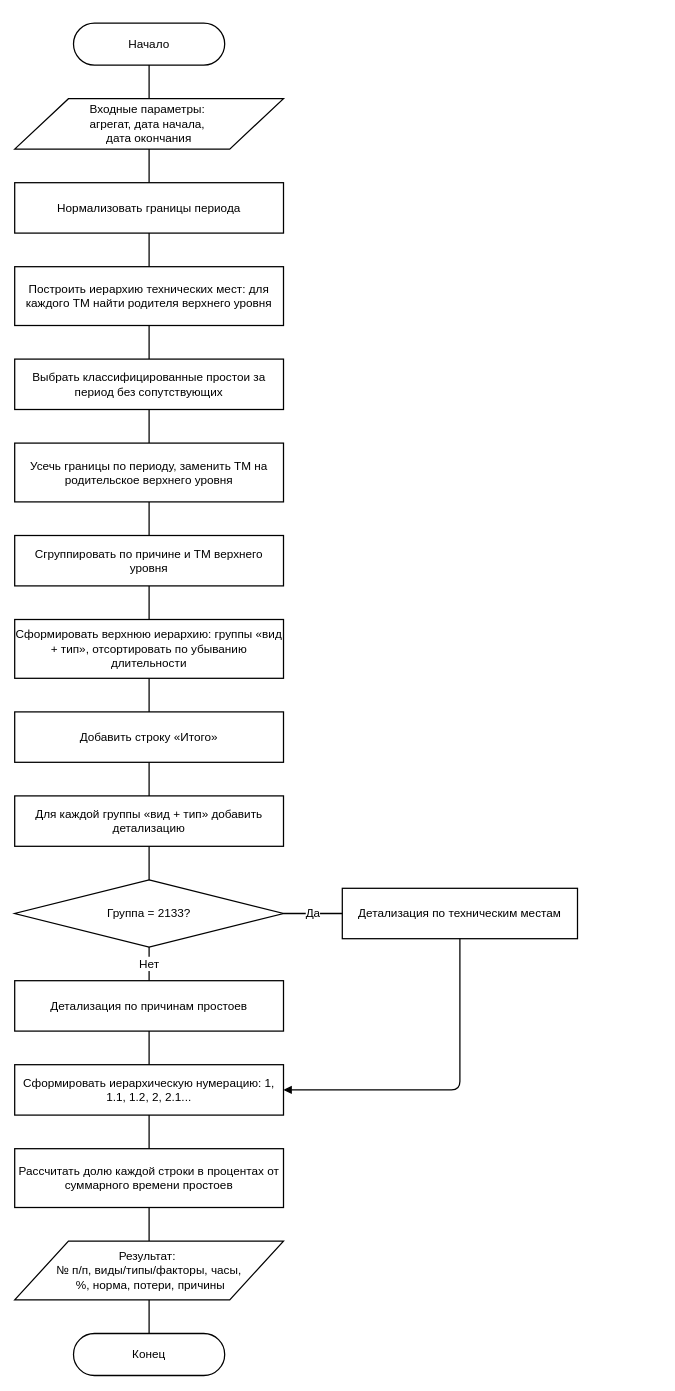
Earlier version of the draw.io diagram page "Page-14" (14 of 18) of diagrams/Untitled Diagram.drawio (KhasanovAMdev/MyDiagrams). Source tidied: cells renumbered, new cells numbered last; positions are measured from the earlier drawing's top-left corner, leaving out a move shared by most shapes. Both pictures are drawn from the tidied source at 84%, with x=0, y=0 at pixel (14, 23).
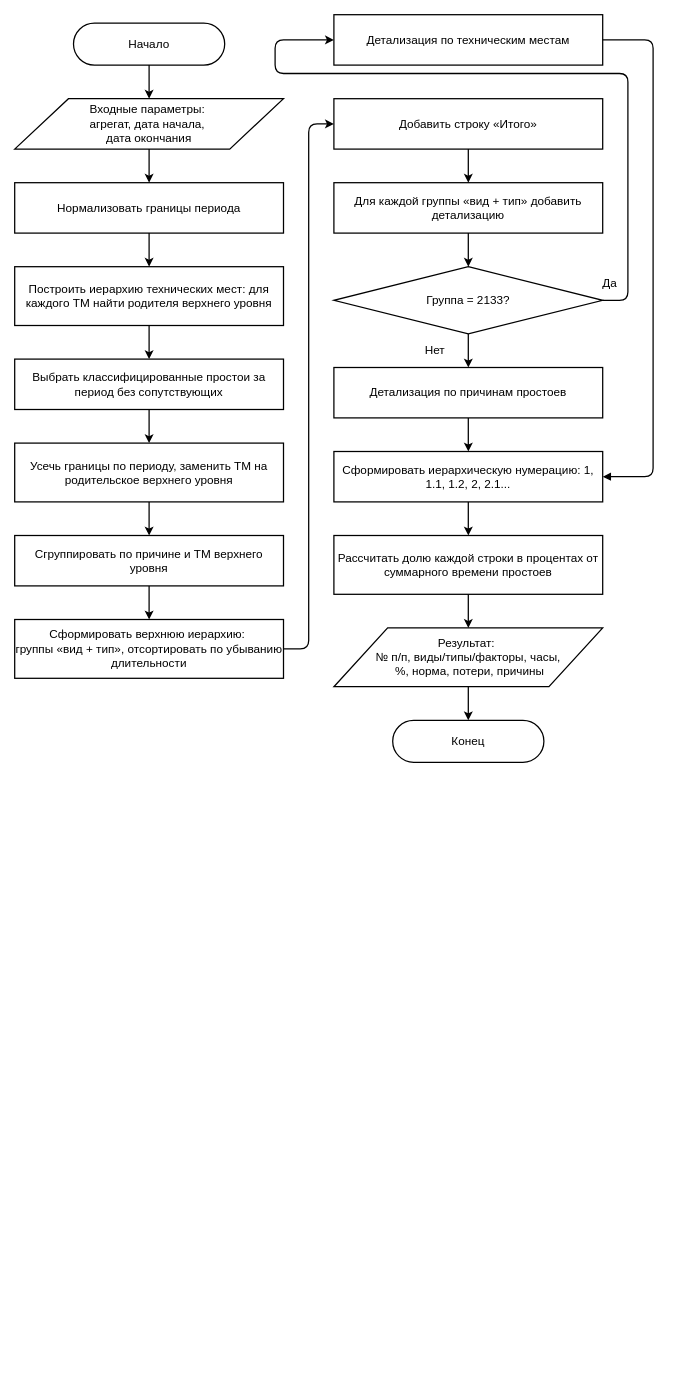
The same diagram, later.

Unchanged cells that the change refers to:
```xml
<mxCell id="2" value="Начало" style="rounded=1;whiteSpace=wrap;html=1;arcSize=50;fillColor=#ffffff;strokeColor=#000000;strokeWidth=1.5;fontSize=14;" parent="1" vertex="1">
  <mxGeometry x="70" width="180" height="50" as="geometry" />
</mxCell>
<mxCell id="3" value="Входные параметры:&amp;nbsp;&lt;div&gt;агрегат, дата начала,&amp;nbsp;&lt;/div&gt;&lt;div&gt;дата окончания&lt;/div&gt;" style="shape=parallelogram;perimeter=parallelogramPerimeter;whiteSpace=wrap;html=1;fillColor=#ffffff;strokeColor=#000000;strokeWidth=1.5;fontSize=14;" parent="1" vertex="1">
  <mxGeometry y="90" width="320" height="60" as="geometry" />
</mxCell>
<mxCell id="4" value="Нормализовать границы периода" style="rounded=0;whiteSpace=wrap;html=1;fillColor=#ffffff;strokeColor=#000000;strokeWidth=1.5;fontSize=14;" parent="1" vertex="1">
  <mxGeometry y="190" width="320" height="60" as="geometry" />
</mxCell>
<mxCell id="5" value="Построить иерархию технических мест: для каждого ТМ найти родителя верхнего уровня" style="rounded=0;whiteSpace=wrap;html=1;fillColor=#ffffff;strokeColor=#000000;strokeWidth=1.5;fontSize=14;" parent="1" vertex="1">
  <mxGeometry y="290" width="320" height="70" as="geometry" />
</mxCell>
<mxCell id="6" value="Выбрать классифицированные простои за период без сопутствующих" style="rounded=0;whiteSpace=wrap;html=1;fillColor=#ffffff;strokeColor=#000000;strokeWidth=1.5;fontSize=14;" parent="1" vertex="1">
  <mxGeometry y="400" width="320" height="60" as="geometry" />
</mxCell>
<mxCell id="7" value="Усечь границы по периоду, заменить ТМ на родительское верхнего уровня" style="rounded=0;whiteSpace=wrap;html=1;fillColor=#ffffff;strokeColor=#000000;strokeWidth=1.5;fontSize=14;" parent="1" vertex="1">
  <mxGeometry y="500" width="320" height="70" as="geometry" />
</mxCell>
<mxCell id="8" value="Сгруппировать по причине и ТМ верхнего уровня" style="rounded=0;whiteSpace=wrap;html=1;fillColor=#ffffff;strokeColor=#000000;strokeWidth=1.5;fontSize=14;" parent="1" vertex="1">
  <mxGeometry y="610" width="320" height="60" as="geometry" />
</mxCell>
```

Diff of the diagram source:
```diff
@@
-    <mxCell id="9" value="Сформировать верхнюю иерархию: группы «вид + тип», отсортировать по убыванию длительности" style="rounded=0;whiteSpace=wrap;html=1;fillColor=#ffffff;strokeColor=#000000;strokeWidth=1.5;fontSize=14;" parent="1" vertex="1">
+    <mxCell id="9" value="Сформировать верхнюю иерархию:&amp;nbsp;&lt;div&gt;группы «вид + тип», отсортировать по убыванию длительности&lt;/div&gt;" style="rounded=0;whiteSpace=wrap;html=1;fillColor=#ffffff;strokeColor=#000000;strokeWidth=1.5;fontSize=14;" parent="1" vertex="1">
       <mxGeometry y="710" width="320" height="70" as="geometry" />
     </mxCell>
     <mxCell id="10" value="Добавить строку «Итого»" style="rounded=0;whiteSpace=wrap;html=1;fillColor=#ffffff;strokeColor=#000000;strokeWidth=1.5;fontSize=14;" parent="1" vertex="1">
-      <mxGeometry y="820" width="320" height="60" as="geometry" />
+      <mxGeometry x="380" y="90" width="320" height="60" as="geometry" />
     </mxCell>
     <mxCell id="11" value="Для каждой группы «вид + тип» добавить детализацию" style="rounded=0;whiteSpace=wrap;html=1;fillColor=#ffffff;strokeColor=#000000;strokeWidth=1.5;fontSize=14;" parent="1" vertex="1">
-      <mxGeometry y="920" width="320" height="60" as="geometry" />
+      <mxGeometry x="380" y="190" width="320" height="60" as="geometry" />
     </mxCell>
     <mxCell id="12" value="Группа = 2133?" style="rhombus;whiteSpace=wrap;html=1;fillColor=#ffffff;strokeColor=#000000;strokeWidth=1.5;fontSize=14;" parent="1" vertex="1">
-      <mxGeometry y="1020" width="320" height="80" as="geometry" />
+      <mxGeometry x="380" y="290" width="320" height="80" as="geometry" />
     </mxCell>
     <mxCell id="13" value="Детализация по техническим местам" style="rounded=0;whiteSpace=wrap;html=1;fillColor=#ffffff;strokeColor=#000000;strokeWidth=1.5;fontSize=14;" parent="1" vertex="1">
-      <mxGeometry x="390" y="1030" width="280" height="60" as="geometry" />
+      <mxGeometry x="380" y="-10" width="320" height="60" as="geometry" />
     </mxCell>
     <mxCell id="14" value="Детализация по причинам простоев" style="rounded=0;whiteSpace=wrap;html=1;fillColor=#ffffff;strokeColor=#000000;strokeWidth=1.5;fontSize=14;" parent="1" vertex="1">
-      <mxGeometry y="1140" width="320" height="60" as="geometry" />
+      <mxGeometry x="380" y="410" width="320" height="60" as="geometry" />
     </mxCell>
     <mxCell id="15" value="Сформировать иерархическую нумерацию: 1, 1.1, 1.2, 2, 2.1..." style="rounded=0;whiteSpace=wrap;html=1;fillColor=#ffffff;strokeColor=#000000;strokeWidth=1.5;fontSize=14;" parent="1" vertex="1">
-      <mxGeometry y="1240" width="320" height="60" as="geometry" />
+      <mxGeometry x="380" y="510" width="320" height="60" as="geometry" />
     </mxCell>
     <mxCell id="16" value="Рассчитать долю каждой строки в процентах от суммарного времени простоев" style="rounded=0;whiteSpace=wrap;html=1;fillColor=#ffffff;strokeColor=#000000;strokeWidth=1.5;fontSize=14;" parent="1" vertex="1">
-      <mxGeometry y="1340" width="320" height="70" as="geometry" />
+      <mxGeometry x="380" y="610" width="320" height="70" as="geometry" />
     </mxCell>
     <mxCell id="17" value="Результат:&amp;nbsp;&lt;div&gt;№ п/п, виды/типы/факторы, часы,&lt;/div&gt;&lt;div&gt;&amp;nbsp;%, норма, потери, причины&lt;/div&gt;" style="shape=parallelogram;perimeter=parallelogramPerimeter;whiteSpace=wrap;html=1;fillColor=#ffffff;strokeColor=#000000;strokeWidth=1.5;fontSize=14;" parent="1" vertex="1">
-      <mxGeometry y="1450" width="320" height="70" as="geometry" />
+      <mxGeometry x="380" y="720" width="320" height="70" as="geometry" />
     </mxCell>
     <mxCell id="18" value="Конец" style="rounded=1;whiteSpace=wrap;html=1;arcSize=50;fillColor=#ffffff;strokeColor=#000000;strokeWidth=1.5;fontSize=14;" parent="1" vertex="1">
-      <mxGeometry x="70" y="1560" width="180" height="50" as="geometry" />
+      <mxGeometry x="450" y="830" width="180" height="50" as="geometry" />
     </mxCell>
-    <mxCell id="19" style="edgeStyle=orthogonalEdgeStyle;html=1;strokeWidth=1.5;endArrow=none;fontSize=14;" parent="1" edge="1" source="2" target="3">
+    <mxCell id="19" style="edgeStyle=orthogonalEdgeStyle;html=1;strokeWidth=1.5;endArrow=classic;fontSize=14;endFill=1;" parent="1" edge="1" source="2" target="3">
       <mxGeometry relative="1" as="geometry" />
     </mxCell>
-    <mxCell id="20" style="edgeStyle=orthogonalEdgeStyle;html=1;strokeWidth=1.5;endArrow=none;fontSize=14;" parent="1" edge="1" source="3" target="4">
+    <mxCell id="20" style="edgeStyle=orthogonalEdgeStyle;html=1;strokeWidth=1.5;endArrow=classic;fontSize=14;endFill=1;" parent="1" edge="1" source="3" target="4">
       <mxGeometry relative="1" as="geometry" />
     </mxCell>
-    <mxCell id="21" style="edgeStyle=orthogonalEdgeStyle;html=1;strokeWidth=1.5;endArrow=none;fontSize=14;" parent="1" edge="1" source="4" target="5">
+    <mxCell id="21" style="edgeStyle=orthogonalEdgeStyle;html=1;strokeWidth=1.5;endArrow=classic;fontSize=14;endFill=1;" parent="1" edge="1" source="4" target="5">
       <mxGeometry relative="1" as="geometry" />
     </mxCell>
-    <mxCell id="22" style="edgeStyle=orthogonalEdgeStyle;html=1;strokeWidth=1.5;endArrow=none;fontSize=14;" parent="1" edge="1" source="5" target="6">
+    <mxCell id="22" style="edgeStyle=orthogonalEdgeStyle;html=1;strokeWidth=1.5;endArrow=classic;fontSize=14;endFill=1;" parent="1" edge="1" source="5" target="6">
       <mxGeometry relative="1" as="geometry" />
     </mxCell>
-    <mxCell id="23" style="edgeStyle=orthogonalEdgeStyle;html=1;strokeWidth=1.5;endArrow=none;fontSize=14;" parent="1" edge="1" source="6" target="7">
+    <mxCell id="23" style="edgeStyle=orthogonalEdgeStyle;html=1;strokeWidth=1.5;endArrow=classic;fontSize=14;endFill=1;" parent="1" edge="1" source="6" target="7">
       <mxGeometry relative="1" as="geometry" />
     </mxCell>
-    <mxCell id="24" style="edgeStyle=orthogonalEdgeStyle;html=1;strokeWidth=1.5;endArrow=none;fontSize=14;" parent="1" edge="1" source="7" target="8">
+    <mxCell id="24" style="edgeStyle=orthogonalEdgeStyle;html=1;strokeWidth=1.5;endArrow=classic;fontSize=14;endFill=1;" parent="1" edge="1" source="7" target="8">
       <mxGeometry relative="1" as="geometry" />
     </mxCell>
-    <mxCell id="25" style="edgeStyle=orthogonalEdgeStyle;html=1;strokeWidth=1.5;endArrow=none;fontSize=14;" parent="1" edge="1" source="8" target="9">
+    <mxCell id="25" style="edgeStyle=orthogonalEdgeStyle;html=1;strokeWidth=1.5;endArrow=classic;fontSize=14;endFill=1;" parent="1" edge="1" source="8" target="9">
       <mxGeometry relative="1" as="geometry" />
     </mxCell>
-    <mxCell id="26" style="edgeStyle=orthogonalEdgeStyle;html=1;strokeWidth=1.5;endArrow=none;fontSize=14;" parent="1" edge="1" source="9" target="10">
-      <mxGeometry relative="1" as="geometry" />
+    <mxCell id="26" style="edgeStyle=orthogonalEdgeStyle;html=1;strokeWidth=1.5;endArrow=classic;fontSize=14;endFill=1;" parent="1" edge="1" source="9" target="10">
+      <mxGeometry relative="1" as="geometry">
+        <Array as="points">
+          <mxPoint x="350" y="745" />
+          <mxPoint x="350" y="120" />
+        </Array>
+      </mxGeometry>
     </mxCell>
-    <mxCell id="27" style="edgeStyle=orthogonalEdgeStyle;html=1;strokeWidth=1.5;endArrow=none;fontSize=14;" parent="1" edge="1" source="10" target="11">
+    <mxCell id="27" style="edgeStyle=orthogonalEdgeStyle;html=1;strokeWidth=1.5;endArrow=classic;fontSize=14;endFill=1;" parent="1" edge="1" source="10" target="11">
       <mxGeometry relative="1" as="geometry" />
     </mxCell>
-    <mxCell id="28" style="edgeStyle=orthogonalEdgeStyle;html=1;strokeWidth=1.5;endArrow=none;fontSize=14;" parent="1" edge="1" source="11" target="12">
+    <mxCell id="28" style="edgeStyle=orthogonalEdgeStyle;html=1;strokeWidth=1.5;endArrow=classic;fontSize=14;endFill=1;" parent="1" edge="1" source="11" target="12">
       <mxGeometry relative="1" as="geometry" />
     </mxCell>
-    <mxCell id="29" value="Да" style="edgeStyle=orthogonalEdgeStyle;html=1;strokeWidth=1.5;endArrow=none;labelBackgroundColor=#ffffff;exitX=1;exitY=0.5;exitDx=0;exitDy=0;entryX=0;entryY=0.5;entryDx=0;entryDy=0;fontSize=14;" parent="1" edge="1" source="12" target="13">
-      <mxGeometry relative="1" as="geometry" />
+    <mxCell id="29" value="Да" style="edgeStyle=orthogonalEdgeStyle;html=1;strokeWidth=1.5;endArrow=classic;labelBackgroundColor=#ffffff;exitX=1;exitY=0.5;exitDx=0;exitDy=0;fontSize=14;endFill=1;" parent="1" edge="1" source="12" target="13">
+      <mxGeometry x="-0.98" y="20" relative="1" as="geometry">
+        <Array as="points">
+          <mxPoint x="730" y="330" />
+          <mxPoint x="730" y="60" />
+          <mxPoint x="310" y="60" />
+          <mxPoint x="310" y="20" />
+        </Array>
+      </mxGeometry>
     </mxCell>
-    <mxCell id="30" value="Нет" style="edgeStyle=orthogonalEdgeStyle;html=1;strokeWidth=1.5;endArrow=none;labelBackgroundColor=#ffffff;fontSize=14;" parent="1" edge="1" source="12" target="14">
-      <mxGeometry relative="1" as="geometry" />
+    <mxCell id="30" value="Нет" style="edgeStyle=orthogonalEdgeStyle;html=1;strokeWidth=1.5;endArrow=classic;labelBackgroundColor=#ffffff;fontSize=14;endFill=1;" parent="1" edge="1" source="12" target="14">
+      <mxGeometry y="-40" relative="1" as="geometry" />
     </mxCell>
-    <mxCell id="31" style="edgeStyle=orthogonalEdgeStyle;html=1;strokeWidth=1.5;endArrow=block;endFill=1;exitX=0.5;exitY=1;exitDx=0;exitDy=0;entryX=1;entryY=0.5;entryDx=0;entryDy=0;fontSize=14;" parent="1" edge="1" source="13" target="15">
-      <mxGeometry relative="1" as="geometry" />
+    <mxCell id="31" style="edgeStyle=orthogonalEdgeStyle;html=1;strokeWidth=1.5;endArrow=block;endFill=1;exitX=1;exitY=0.5;exitDx=0;exitDy=0;entryX=1;entryY=0.5;entryDx=0;entryDy=0;fontSize=14;" parent="1" edge="1" source="13" target="15">
+      <mxGeometry x="-0.21" relative="1" as="geometry">
+        <Array as="points">
+          <mxPoint x="760" y="20" />
+          <mxPoint x="760" y="540" />
+        </Array>
+      </mxGeometry>
     </mxCell>
-    <mxCell id="32" style="edgeStyle=orthogonalEdgeStyle;html=1;strokeWidth=1.5;endArrow=none;fontSize=14;" parent="1" edge="1" source="14" target="15">
+    <mxCell id="32" style="edgeStyle=orthogonalEdgeStyle;html=1;strokeWidth=1.5;endArrow=classic;fontSize=14;endFill=1;" parent="1" edge="1" source="14" target="15">
       <mxGeometry relative="1" as="geometry" />
     </mxCell>
-    <mxCell id="33" style="edgeStyle=orthogonalEdgeStyle;html=1;strokeWidth=1.5;endArrow=none;fontSize=14;" parent="1" edge="1" source="15" target="16">
+    <mxCell id="33" style="edgeStyle=orthogonalEdgeStyle;html=1;strokeWidth=1.5;endArrow=classic;fontSize=14;endFill=1;" parent="1" edge="1" source="15" target="16">
       <mxGeometry relative="1" as="geometry" />
     </mxCell>
-    <mxCell id="34" style="edgeStyle=orthogonalEdgeStyle;html=1;strokeWidth=1.5;endArrow=none;fontSize=14;" parent="1" edge="1" source="16" target="17">
+    <mxCell id="34" style="edgeStyle=orthogonalEdgeStyle;html=1;strokeWidth=1.5;endArrow=classic;fontSize=14;endFill=1;" parent="1" edge="1" source="16" target="17">
       <mxGeometry relative="1" as="geometry" />
     </mxCell>
-    <mxCell id="35" style="edgeStyle=orthogonalEdgeStyle;html=1;strokeWidth=1.5;endArrow=none;fontSize=14;" parent="1" edge="1" source="17" target="18">
+    <mxCell id="35" style="edgeStyle=orthogonalEdgeStyle;html=1;strokeWidth=1.5;endArrow=classic;fontSize=14;endFill=1;" parent="1" edge="1" source="17" target="18">
       <mxGeometry relative="1" as="geometry" />
     </mxCell>
```
